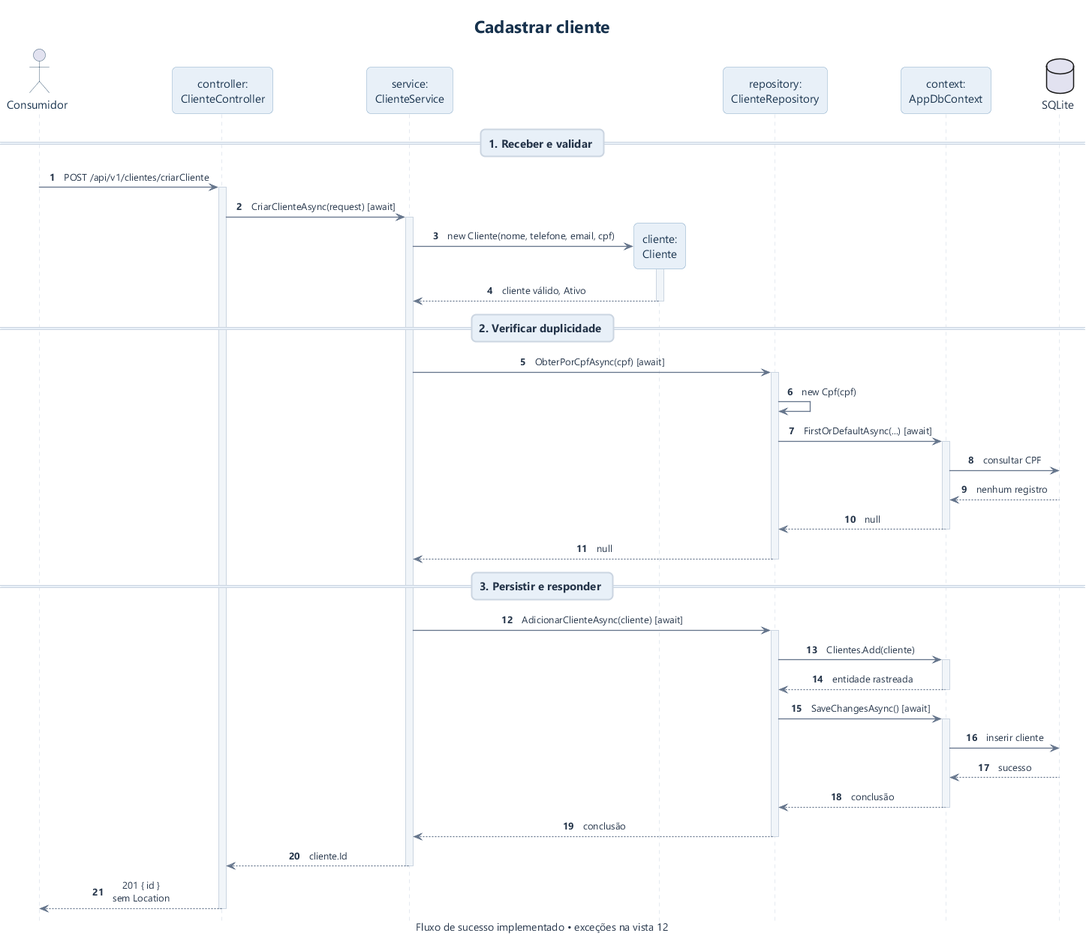
MurilloKelvin/API-Locacao-de-imoveis keeps this PlantUML diagram as docs/uml/imagens/05-sequencia-criar-cliente.png. Above is the earlier version.
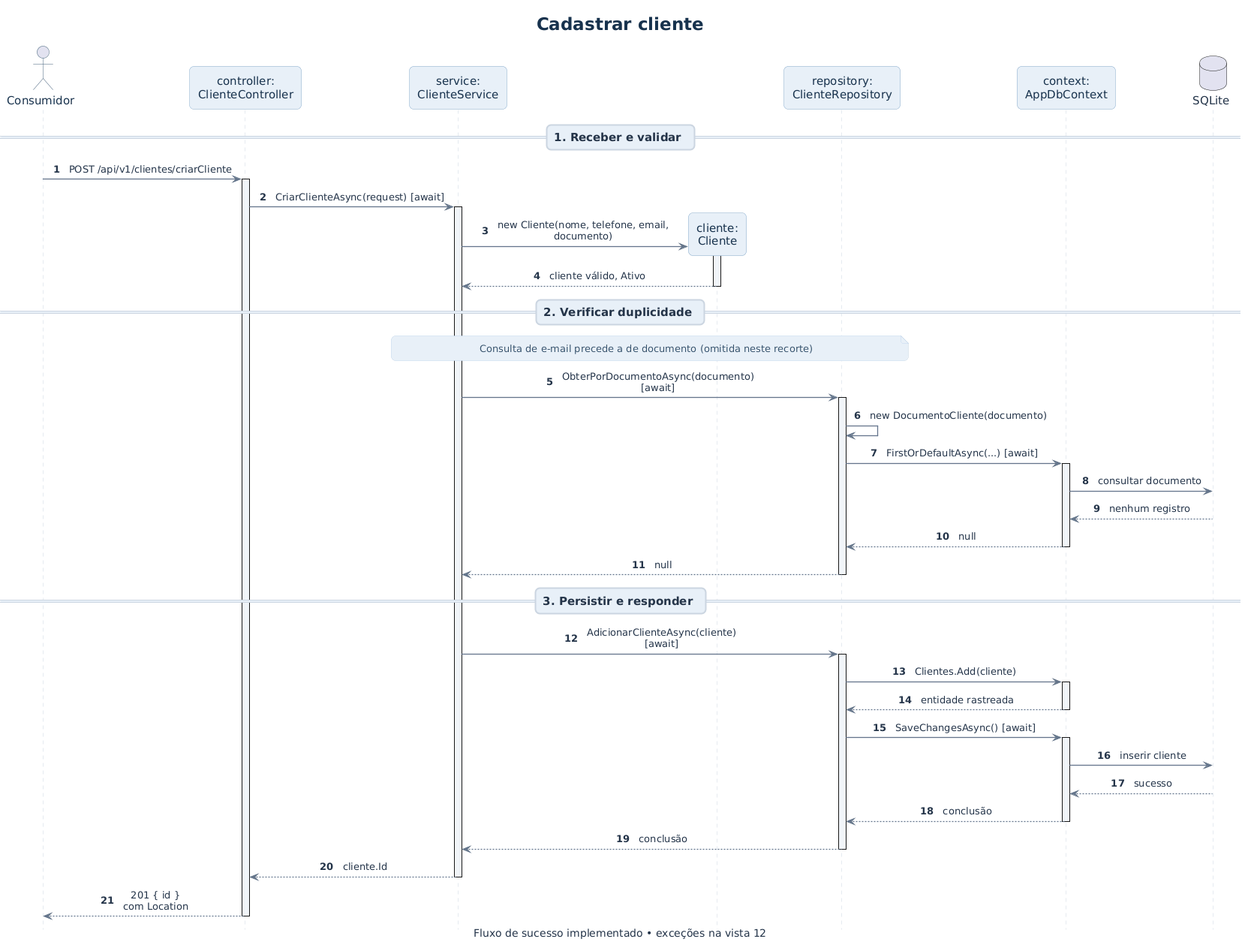
The same diagram one commit later.

Change to the diagram source:
```diff
@@ -17,17 +17,18 @@
 C -> S : CriarClienteAsync(request) [await]
 activate S
 create E
-S -> E : new Cliente(nome, telefone, email, cpf)
+S -> E : new Cliente(nome, telefone, email, documento)
 activate E
 E --> S : cliente válido, Ativo
  deactivate E
 == 2. Verificar duplicidade ==
-S -> R : ObterPorCpfAsync(cpf) [await]
+note over S,R : Consulta de e-mail precede a de documento (omitida neste recorte)
+S -> R : ObterPorDocumentoAsync(documento) [await]
 activate R
-R -> R : new Cpf(cpf)
+R -> R : new DocumentoCliente(documento)
 R -> D : FirstOrDefaultAsync(...) [await]
 activate D
-D -> B : consultar CPF
+D -> B : consultar documento
 B --> D : nenhum registro
 D --> R : null
  deactivate D
@@ -50,6 +51,6 @@
  deactivate R
 S --> C : cliente.Id
  deactivate S
-C --> A : 201 { id }\nsem Location
+C --> A : 201 { id }\ncom Location
  deactivate C
 @enduml
```
